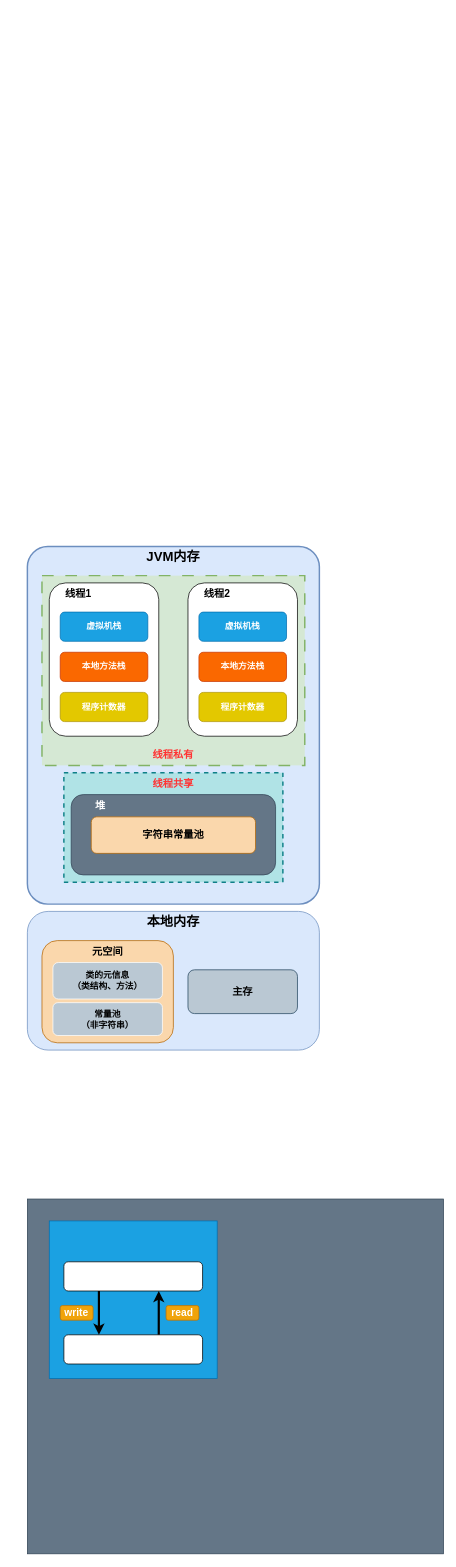
Before: JavaDiagrams/未命名绘图.drawio in M3Darren/Draw.io, a draw.io diagram. Source tidied: cells renumbered, new cells numbered last; positions are measured from the earlier drawing's top-left corner, leaving out a move shared by most shapes. Both pictures are drawn from the tidied source at 73%, with x=0, y=0 at pixel (27, 546).
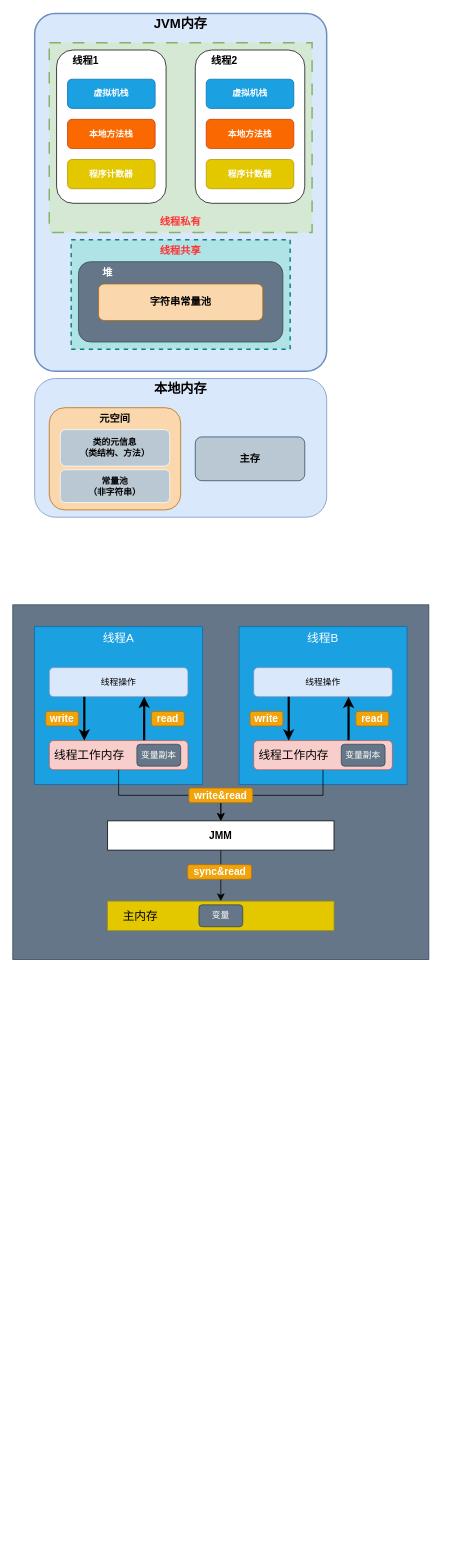
The same page after the edit.

What changed in the source:
```diff
@@
+    <mxCell id="40" style="group;" parent="1" vertex="1">
+      <mxGeometry x="10" y="-730" width="400" height="690" as="geometry" />
+    </mxCell>
-    <mxCell id="2" style="rounded=1;whiteSpace=wrap;html=1;fillColor=#dae8fc;strokeColor=#6c8ebf;" parent="1" vertex="1">
+    <mxCell id="2" style="rounded=1;whiteSpace=wrap;html=1;fillColor=#dae8fc;strokeColor=#6c8ebf;" parent="40" vertex="1">
       <mxGeometry y="500" width="400" height="190" as="geometry" />
     </mxCell>
-    <mxCell id="3" style="rounded=1;whiteSpace=wrap;html=1;fillColor=#dae8fc;strokeColor=#6c8ebf;imageWidth=24;arcSize=7;textShadow=0;strokeWidth=2;" parent="1" vertex="1">
+    <mxCell id="3" style="rounded=1;whiteSpace=wrap;html=1;fillColor=#dae8fc;strokeColor=#6c8ebf;imageWidth=24;arcSize=7;textShadow=0;strokeWidth=2;" parent="40" vertex="1">
       <mxGeometry width="400" height="490" as="geometry" />
     </mxCell>
-    <mxCell id="4" value="&lt;b&gt;&lt;font style=&quot;font-size: 18px;&quot;&gt;JVM内存&lt;/font&gt;&lt;/b&gt;" style="text;html=1;align=center;verticalAlign=middle;whiteSpace=wrap;rounded=0;" parent="1" vertex="1">
+    <mxCell id="4" value="&lt;b&gt;&lt;font style=&quot;font-size: 18px;&quot;&gt;JVM内存&lt;/font&gt;&lt;/b&gt;" style="text;html=1;align=center;verticalAlign=middle;whiteSpace=wrap;rounded=0;" parent="40" vertex="1">
       <mxGeometry x="160" width="80" height="30" as="geometry" />
     </mxCell>
-    <mxCell id="5" style="rounded=0;whiteSpace=wrap;html=1;fillColor=#d5e8d4;strokeColor=#82b366;strokeWidth=2;dashed=1;dashPattern=8 8;" parent="1" vertex="1">
+    <mxCell id="5" style="rounded=0;whiteSpace=wrap;html=1;fillColor=#d5e8d4;strokeColor=#82b366;strokeWidth=2;dashed=1;dashPattern=8 8;" parent="40" vertex="1">
       <mxGeometry x="20" y="40" width="360" height="260" as="geometry" />
     </mxCell>
-    <mxCell id="6" style="rounded=1;whiteSpace=wrap;html=1;" parent="1" vertex="1">
+    <mxCell id="6" style="rounded=1;whiteSpace=wrap;html=1;" parent="40" vertex="1">
       <mxGeometry x="30" y="50" width="150" height="210" as="geometry" />
     </mxCell>
-    <mxCell id="7" value="&lt;span style=&quot;font-size: 14px;&quot;&gt;&lt;b&gt;线程1&lt;/b&gt;&lt;/span&gt;" style="text;html=1;align=center;verticalAlign=middle;whiteSpace=wrap;rounded=0;" parent="1" vertex="1">
+    <mxCell id="7" value="&lt;span style=&quot;font-size: 14px;&quot;&gt;&lt;b&gt;线程1&lt;/b&gt;&lt;/span&gt;" style="text;html=1;align=center;verticalAlign=middle;whiteSpace=wrap;rounded=0;" parent="40" vertex="1">
       <mxGeometry x="30" y="50" width="80" height="30" as="geometry" />
     </mxCell>
-    <mxCell id="8" value="&lt;b&gt;&lt;font&gt;虚拟机栈&lt;/font&gt;&lt;/b&gt;" style="rounded=1;whiteSpace=wrap;html=1;fillColor=#1ba1e2;fontColor=#FFFFFF;strokeColor=#006EAF;" parent="1" vertex="1">
+    <mxCell id="8" value="&lt;b&gt;&lt;font&gt;虚拟机栈&lt;/font&gt;&lt;/b&gt;" style="rounded=1;whiteSpace=wrap;html=1;fillColor=#1ba1e2;fontColor=#FFFFFF;strokeColor=#006EAF;" parent="40" vertex="1">
       <mxGeometry x="45" y="90" width="120" height="40" as="geometry" />
     </mxCell>
-    <mxCell id="9" value="&lt;b&gt;本地方法栈&lt;/b&gt;" style="rounded=1;whiteSpace=wrap;html=1;fillColor=#fa6800;fontColor=#FFFFFF;strokeColor=#C73500;" parent="1" vertex="1">
+    <mxCell id="9" value="&lt;b&gt;本地方法栈&lt;/b&gt;" style="rounded=1;whiteSpace=wrap;html=1;fillColor=#fa6800;fontColor=#FFFFFF;strokeColor=#C73500;" parent="40" vertex="1">
       <mxGeometry x="45" y="145" width="120" height="40" as="geometry" />
     </mxCell>
-    <mxCell id="10" value="&lt;b&gt;程序计数器&lt;/b&gt;" style="rounded=1;whiteSpace=wrap;html=1;fillColor=#e3c800;fontColor=#FFFFFF;strokeColor=#B09500;" parent="1" vertex="1">
+    <mxCell id="10" value="&lt;b&gt;程序计数器&lt;/b&gt;" style="rounded=1;whiteSpace=wrap;html=1;fillColor=#e3c800;fontColor=#FFFFFF;strokeColor=#B09500;" parent="40" vertex="1">
       <mxGeometry x="45" y="200" width="120" height="40" as="geometry" />
     </mxCell>
-    <mxCell id="11" style="rounded=1;whiteSpace=wrap;html=1;" parent="1" vertex="1">
+    <mxCell id="11" style="rounded=1;whiteSpace=wrap;html=1;" parent="40" vertex="1">
       <mxGeometry x="220" y="50" width="150" height="210" as="geometry" />
     </mxCell>
-    <mxCell id="12" value="&lt;span style=&quot;font-size: 14px;&quot;&gt;&lt;b&gt;线程2&lt;/b&gt;&lt;/span&gt;" style="text;html=1;align=center;verticalAlign=middle;whiteSpace=wrap;rounded=0;" parent="1" vertex="1">
+    <mxCell id="12" value="&lt;span style=&quot;font-size: 14px;&quot;&gt;&lt;b&gt;线程2&lt;/b&gt;&lt;/span&gt;" style="text;html=1;align=center;verticalAlign=middle;whiteSpace=wrap;rounded=0;" parent="40" vertex="1">
       <mxGeometry x="220" y="50" width="80" height="30" as="geometry" />
     </mxCell>
-    <mxCell id="13" value="&lt;b&gt;虚拟机栈&lt;/b&gt;" style="rounded=1;whiteSpace=wrap;html=1;fillColor=#1ba1e2;fontColor=#FFFFFF;strokeColor=#006EAF;" parent="1" vertex="1">
+    <mxCell id="13" value="&lt;b&gt;虚拟机栈&lt;/b&gt;" style="rounded=1;whiteSpace=wrap;html=1;fillColor=#1ba1e2;fontColor=#FFFFFF;strokeColor=#006EAF;" parent="40" vertex="1">
       <mxGeometry x="235" y="90" width="120" height="40" as="geometry" />
     </mxCell>
-    <mxCell id="14" value="&lt;b&gt;本地方法栈&lt;/b&gt;" style="rounded=1;whiteSpace=wrap;html=1;fillColor=#fa6800;fontColor=#FFFFFF;strokeColor=#C73500;" parent="1" vertex="1">
+    <mxCell id="14" value="&lt;b&gt;本地方法栈&lt;/b&gt;" style="rounded=1;whiteSpace=wrap;html=1;fillColor=#fa6800;fontColor=#FFFFFF;strokeColor=#C73500;" parent="40" vertex="1">
       <mxGeometry x="235" y="145" width="120" height="40" as="geometry" />
     </mxCell>
-    <mxCell id="15" value="&lt;b&gt;程序计数器&lt;/b&gt;" style="rounded=1;whiteSpace=wrap;html=1;fillColor=#e3c800;fontColor=#FFFFFF;strokeColor=#B09500;" parent="1" vertex="1">
+    <mxCell id="15" value="&lt;b&gt;程序计数器&lt;/b&gt;" style="rounded=1;whiteSpace=wrap;html=1;fillColor=#e3c800;fontColor=#FFFFFF;strokeColor=#B09500;" parent="40" vertex="1">
       <mxGeometry x="235" y="200" width="120" height="40" as="geometry" />
     </mxCell>
-    <mxCell id="16" value="&lt;span style=&quot;font-size: 14px;&quot;&gt;&lt;b&gt;&lt;font color=&quot;#ff3333&quot;&gt;线程私有&lt;/font&gt;&lt;/b&gt;&lt;/span&gt;" style="text;html=1;align=center;verticalAlign=middle;whiteSpace=wrap;rounded=0;" parent="1" vertex="1">
+    <mxCell id="16" value="&lt;span style=&quot;font-size: 14px;&quot;&gt;&lt;b&gt;&lt;font color=&quot;#ff3333&quot;&gt;线程私有&lt;/font&gt;&lt;/b&gt;&lt;/span&gt;" style="text;html=1;align=center;verticalAlign=middle;whiteSpace=wrap;rounded=0;" parent="40" vertex="1">
       <mxGeometry x="160" y="270" width="80" height="30" as="geometry" />
     </mxCell>
-    <mxCell id="17" style="rounded=0;whiteSpace=wrap;html=1;fillColor=#b0e3e6;strokeColor=#0e8088;dashed=1;strokeWidth=2;" parent="1" vertex="1">
+    <mxCell id="17" style="rounded=0;whiteSpace=wrap;html=1;fillColor=#b0e3e6;strokeColor=#0e8088;dashed=1;strokeWidth=2;" parent="40" vertex="1">
       <mxGeometry x="50" y="310" width="300" height="150" as="geometry" />
     </mxCell>
-    <mxCell id="18" value="&lt;span style=&quot;font-size: 14px;&quot;&gt;&lt;b&gt;&lt;font color=&quot;#ff3333&quot;&gt;线程共享&lt;/font&gt;&lt;/b&gt;&lt;/span&gt;" style="text;html=1;align=center;verticalAlign=middle;whiteSpace=wrap;rounded=0;" parent="1" vertex="1">
+    <mxCell id="18" value="&lt;span style=&quot;font-size: 14px;&quot;&gt;&lt;b&gt;&lt;font color=&quot;#ff3333&quot;&gt;线程共享&lt;/font&gt;&lt;/b&gt;&lt;/span&gt;" style="text;html=1;align=center;verticalAlign=middle;whiteSpace=wrap;rounded=0;" parent="40" vertex="1">
       <mxGeometry x="160" y="310" width="80" height="30" as="geometry" />
     </mxCell>
-    <mxCell id="19" style="rounded=1;whiteSpace=wrap;html=1;fillColor=#fad7ac;strokeColor=#b46504;" parent="1" vertex="1">
+    <mxCell id="19" style="rounded=1;whiteSpace=wrap;html=1;fillColor=#fad7ac;strokeColor=#b46504;" parent="40" vertex="1">
       <mxGeometry x="35" y="551" width="150" height="120" as="geometry" />
     </mxCell>
-    <mxCell id="20" style="rounded=1;whiteSpace=wrap;html=1;fillColor=#bac8d3;strokeColor=#23445d;" parent="1" vertex="1">
+    <mxCell id="20" style="rounded=1;whiteSpace=wrap;html=1;fillColor=#bac8d3;strokeColor=#23445d;" parent="40" vertex="1">
       <mxGeometry x="220" y="580" width="150" height="60" as="geometry" />
     </mxCell>
-    <mxCell id="21" style="rounded=1;whiteSpace=wrap;html=1;fillColor=#fad7ac;strokeColor=#b46504;" parent="1" vertex="1">
+    <mxCell id="21" style="rounded=1;whiteSpace=wrap;html=1;fillColor=#fad7ac;strokeColor=#b46504;" parent="40" vertex="1">
       <mxGeometry x="20" y="540" width="180" height="140" as="geometry" />
     </mxCell>
-    <mxCell id="22" value="&lt;span style=&quot;font-size: 14px;&quot;&gt;&lt;b&gt;元空间&lt;/b&gt;&lt;/span&gt;" style="text;html=1;align=center;verticalAlign=middle;whiteSpace=wrap;rounded=0;" parent="1" vertex="1">
+    <mxCell id="22" value="&lt;span style=&quot;font-size: 14px;&quot;&gt;&lt;b&gt;元空间&lt;/b&gt;&lt;/span&gt;" style="text;html=1;align=center;verticalAlign=middle;whiteSpace=wrap;rounded=0;" parent="40" vertex="1">
       <mxGeometry x="70" y="540" width="80" height="30" as="geometry" />
     </mxCell>
-    <mxCell id="23" value="&lt;span style=&quot;font-size: 14px;&quot;&gt;&lt;b&gt;主存&lt;/b&gt;&lt;/span&gt;" style="text;html=1;align=center;verticalAlign=middle;whiteSpace=wrap;rounded=0;" parent="1" vertex="1">
+    <mxCell id="23" value="&lt;span style=&quot;font-size: 14px;&quot;&gt;&lt;b&gt;主存&lt;/b&gt;&lt;/span&gt;" style="text;html=1;align=center;verticalAlign=middle;whiteSpace=wrap;rounded=0;" parent="40" vertex="1">
       <mxGeometry x="255" y="595" width="80" height="30" as="geometry" />
     </mxCell>
-    <mxCell id="24" style="group;fillColor=none;strokeColor=none;" parent="1" vertex="1">
+    <mxCell id="24" style="group;fillColor=none;strokeColor=none;" parent="40" vertex="1">
       <mxGeometry x="60" y="340" width="280" height="111" as="geometry" />
     </mxCell>
@@
-    <mxCell id="29" value="&lt;b&gt;&lt;font style=&quot;font-size: 18px;&quot;&gt;本地内存&lt;/font&gt;&lt;/b&gt;" style="text;html=1;align=center;verticalAlign=middle;whiteSpace=wrap;rounded=0;" parent="1" vertex="1">
+    <mxCell id="29" value="&lt;b&gt;&lt;font style=&quot;font-size: 18px;&quot;&gt;本地内存&lt;/font&gt;&lt;/b&gt;" style="text;html=1;align=center;verticalAlign=middle;whiteSpace=wrap;rounded=0;" parent="40" vertex="1">
       <mxGeometry x="160" y="500" width="80" height="30" as="geometry" />
     </mxCell>
-    <mxCell id="30" value="常量池&lt;div&gt;（非字符串）&lt;/div&gt;" style="rounded=1;whiteSpace=wrap;html=1;fillColor=#bac8d3;strokeColor=#FFFFFF;fontStyle=1;" parent="1" vertex="1">
+    <mxCell id="30" value="常量池&lt;div&gt;（非字符串）&lt;/div&gt;" style="rounded=1;whiteSpace=wrap;html=1;fillColor=#bac8d3;strokeColor=#FFFFFF;fontStyle=1;" parent="40" vertex="1">
       <mxGeometry x="35" y="625" width="150" height="45" as="geometry" />
     </mxCell>
-    <mxCell id="31" value="类的元信息&lt;div&gt;（类结构、方法）&lt;/div&gt;" style="rounded=1;whiteSpace=wrap;html=1;fillColor=#bac8d3;strokeColor=#FFFFFF;fontStyle=1;" parent="1" vertex="1">
+    <mxCell id="31" value="类的元信息&lt;div&gt;（类结构、方法）&lt;/div&gt;" style="rounded=1;whiteSpace=wrap;html=1;fillColor=#bac8d3;strokeColor=#FFFFFF;fontStyle=1;" parent="40" vertex="1">
       <mxGeometry x="35" y="570" width="150" height="50" as="geometry" />
     </mxCell>
+    <mxCell id="41" style="group;" parent="1" vertex="1">
+      <mxGeometry x="-20" y="80" width="570" height="486" as="geometry" />
+    </mxCell>
-    <mxCell id="32" style="rounded=0;whiteSpace=wrap;html=1;fillColor=#647687;strokeColor=#314354;fontColor=#ffffff;" parent="1" vertex="1">
-      <mxGeometry y="894" width="570" height="486" as="geometry" />
+    <mxCell id="32" style="rounded=0;whiteSpace=wrap;html=1;fillColor=#647687;strokeColor=#314354;fontColor=#ffffff;" parent="41" vertex="1">
+      <mxGeometry width="570" height="486" as="geometry" />
     </mxCell>
-    <mxCell id="33" style="rounded=0;whiteSpace=wrap;html=1;fillColor=#1ba1e2;fontColor=#ffffff;strokeColor=#006EAF;" parent="1" vertex="1">
-      <mxGeometry x="30" y="924" width="230" height="216" as="geometry" />
+    <mxCell id="33" style="rounded=0;whiteSpace=wrap;html=1;fillColor=#1ba1e2;fontColor=#ffffff;strokeColor=#006EAF;" parent="41" vertex="1">
+      <mxGeometry x="30" y="30" width="230" height="216" as="geometry" />
     </mxCell>
-    <mxCell id="34" style="rounded=1;whiteSpace=wrap;html=1;" parent="1" vertex="1">
-      <mxGeometry x="50" y="980" width="190" height="40" as="geometry" />
+    <mxCell id="34" value="线程操作" style="rounded=1;whiteSpace=wrap;html=1;fillColor=#dae8fc;strokeColor=#6c8ebf;" parent="41" vertex="1">
+      <mxGeometry x="50" y="86" width="190" height="40" as="geometry" />
     </mxCell>
-    <mxCell id="35" style="edgeStyle=orthogonalEdgeStyle;rounded=0;jettySize=auto;html=1;exitX=0.684;exitY=0.1;exitDx=0;exitDy=0;exitPerimeter=0;strokeWidth=3;" parent="1" edge="1" source="36" target="34">
+    <mxCell id="35" style="edgeStyle=orthogonalEdgeStyle;rounded=0;jettySize=auto;html=1;exitX=0.684;exitY=0.1;exitDx=0;exitDy=0;exitPerimeter=0;strokeWidth=3;" parent="41" edge="1" source="36" target="34">
       <mxGeometry relative="1" as="geometry">
         <Array as="points">
-          <mxPoint x="180" y="1030" />
-          <mxPoint x="180" y="1030" />
+          <mxPoint x="180" y="136" />
+          <mxPoint x="180" y="136" />
         </Array>
       </mxGeometry>
     </mxCell>
-    <mxCell id="36" style="rounded=1;whiteSpace=wrap;html=1;" parent="1" vertex="1">
-      <mxGeometry x="50" y="1080" width="190" height="40" as="geometry" />
+    <mxCell id="36" style="rounded=1;whiteSpace=wrap;html=1;fillColor=#f8cecc;strokeColor=#b85450;" parent="41" vertex="1">
+      <mxGeometry x="50" y="186" width="190" height="40" as="geometry" />
     </mxCell>
-    <mxCell id="37" style="edgeStyle=orthogonalEdgeStyle;rounded=0;jettySize=auto;html=1;exitX=0.25;exitY=1;exitDx=0;exitDy=0;strokeWidth=3;" parent="1" edge="1" source="34">
+    <mxCell id="37" style="edgeStyle=orthogonalEdgeStyle;rounded=0;jettySize=auto;html=1;exitX=0.25;exitY=1;exitDx=0;exitDy=0;strokeWidth=3;" parent="41" edge="1" source="34">
       <mxGeometry relative="1" as="geometry">
-        <mxPoint x="98" y="1080" as="targetPoint" />
+        <mxPoint x="98" y="186" as="targetPoint" />
         <Array as="points">
-          <mxPoint x="98" y="1080" />
+          <mxPoint x="98" y="186" />
         </Array>
       </mxGeometry>
     </mxCell>
-    <mxCell id="38" value="&lt;font size=&quot;1&quot; color=&quot;#ffffff&quot;&gt;&lt;b style=&quot;font-size: 14px;&quot;&gt;write&lt;/b&gt;&lt;/font&gt;" style="rounded=1;whiteSpace=wrap;html=1;fillColor=#f0a30a;fontColor=#000000;strokeColor=#BD7000;" parent="1" vertex="1">
-      <mxGeometry x="45" y="1040" width="45" height="20" as="geometry" />
+    <mxCell id="38" value="&lt;font size=&quot;1&quot; color=&quot;#ffffff&quot;&gt;&lt;b style=&quot;font-size: 14px;&quot;&gt;write&lt;/b&gt;&lt;/font&gt;" style="rounded=1;whiteSpace=wrap;html=1;fillColor=#f0a30a;fontColor=#000000;strokeColor=#BD7000;" parent="41" vertex="1">
+      <mxGeometry x="45" y="146" width="45" height="20" as="geometry" />
     </mxCell>
-    <mxCell id="39" value="&lt;font size=&quot;1&quot; color=&quot;#ffffff&quot;&gt;&lt;b style=&quot;font-size: 14px;&quot;&gt;read&lt;/b&gt;&lt;/font&gt;" style="rounded=1;whiteSpace=wrap;html=1;fillColor=#f0a30a;fontColor=#000000;strokeColor=#BD7000;" parent="1" vertex="1">
-      <mxGeometry x="190" y="1040" width="45" height="20" as="geometry" />
+    <mxCell id="39" value="&lt;font size=&quot;1&quot; color=&quot;#ffffff&quot;&gt;&lt;b style=&quot;font-size: 14px;&quot;&gt;read&lt;/b&gt;&lt;/font&gt;" style="rounded=1;whiteSpace=wrap;html=1;fillColor=#f0a30a;fontColor=#000000;strokeColor=#BD7000;" parent="41" vertex="1">
+      <mxGeometry x="190" y="146" width="45" height="20" as="geometry" />
     </mxCell>
+    <mxCell id="42" value="&lt;font color=&quot;#ffffff&quot;&gt;线程A&lt;/font&gt;" style="text;html=1;align=center;verticalAlign=middle;whiteSpace=wrap;rounded=0;fontSize=16;" parent="41" vertex="1">
+      <mxGeometry x="115" y="30" width="60" height="30" as="geometry" />
+    </mxCell>
+    <mxCell id="43" value="线程工作内存" style="text;html=1;align=center;verticalAlign=middle;whiteSpace=wrap;rounded=0;fontSize=16;" parent="41" vertex="1">
+      <mxGeometry x="40" y="191" width="130" height="30" as="geometry" />
+    </mxCell>
+    <mxCell id="44" value="变量副本" style="rounded=1;whiteSpace=wrap;html=1;fillColor=#647687;fontColor=#ffffff;strokeColor=#314354;" parent="41" vertex="1">
+      <mxGeometry x="170" y="191" width="60" height="30" as="geometry" />
+    </mxCell>
+    <mxCell id="45" style="rounded=0;whiteSpace=wrap;html=1;fillColor=#1ba1e2;fontColor=#ffffff;strokeColor=#006EAF;" parent="41" vertex="1">
+      <mxGeometry x="310" y="30" width="230" height="216" as="geometry" />
+    </mxCell>
+    <mxCell id="46" value="线程操作" style="rounded=1;whiteSpace=wrap;html=1;fillColor=#dae8fc;strokeColor=#6c8ebf;" parent="41" vertex="1">
+      <mxGeometry x="330" y="86" width="190" height="40" as="geometry" />
+    </mxCell>
+    <mxCell id="47" style="edgeStyle=orthogonalEdgeStyle;rounded=0;jettySize=auto;html=1;exitX=0.684;exitY=0.1;exitDx=0;exitDy=0;exitPerimeter=0;strokeWidth=3;" parent="41" edge="1" source="48" target="46">
+      <mxGeometry relative="1" as="geometry">
+        <Array as="points">
+          <mxPoint x="460" y="136" />
+          <mxPoint x="460" y="136" />
+        </Array>
+      </mxGeometry>
+    </mxCell>
+    <mxCell id="48" style="rounded=1;whiteSpace=wrap;html=1;fillColor=#f8cecc;strokeColor=#b85450;" parent="41" vertex="1">
+      <mxGeometry x="330" y="186" width="190" height="40" as="geometry" />
+    </mxCell>
+    <mxCell id="49" style="edgeStyle=orthogonalEdgeStyle;rounded=0;jettySize=auto;html=1;exitX=0.25;exitY=1;exitDx=0;exitDy=0;strokeWidth=3;" parent="41" edge="1" source="46">
+      <mxGeometry relative="1" as="geometry">
+        <mxPoint x="378" y="186" as="targetPoint" />
+        <Array as="points">
+          <mxPoint x="378" y="186" />
+        </Array>
+      </mxGeometry>
+    </mxCell>
+    <mxCell id="50" value="&lt;font size=&quot;1&quot; color=&quot;#ffffff&quot;&gt;&lt;b style=&quot;font-size: 14px;&quot;&gt;write&lt;/b&gt;&lt;/font&gt;" style="rounded=1;whiteSpace=wrap;html=1;fillColor=#f0a30a;fontColor=#000000;strokeColor=#BD7000;" parent="41" vertex="1">
+      <mxGeometry x="325" y="146" width="45" height="20" as="geometry" />
+    </mxCell>
+    <mxCell id="51" value="&lt;font size=&quot;1&quot; color=&quot;#ffffff&quot;&gt;&lt;b style=&quot;font-size: 14px;&quot;&gt;read&lt;/b&gt;&lt;/font&gt;" style="rounded=1;whiteSpace=wrap;html=1;fillColor=#f0a30a;fontColor=#000000;strokeColor=#BD7000;" parent="41" vertex="1">
+      <mxGeometry x="470" y="146" width="45" height="20" as="geometry" />
+    </mxCell>
+    <mxCell id="52" value="&lt;font color=&quot;#ffffff&quot;&gt;线程B&lt;/font&gt;" style="text;html=1;align=center;verticalAlign=middle;whiteSpace=wrap;rounded=0;fontSize=16;" parent="41" vertex="1">
+      <mxGeometry x="395" y="30" width="60" height="30" as="geometry" />
+    </mxCell>
+    <mxCell id="53" value="线程工作内存" style="text;html=1;align=center;verticalAlign=middle;whiteSpace=wrap;rounded=0;fontSize=16;" parent="41" vertex="1">
+      <mxGeometry x="320" y="191" width="130" height="30" as="geometry" />
+    </mxCell>
+    <mxCell id="54" value="变量副本" style="rounded=1;whiteSpace=wrap;html=1;fillColor=#647687;fontColor=#ffffff;strokeColor=#314354;" parent="41" vertex="1">
+      <mxGeometry x="450" y="191" width="60" height="30" as="geometry" />
+    </mxCell>
+    <mxCell id="55" style="edgeStyle=none;curved=1;rounded=0;jettySize=auto;html=1;entryX=0.5;entryY=0;entryDx=0;entryDy=0;fontSize=12;startSize=8;endSize=8;" parent="41" edge="1" source="56" target="57">
+      <mxGeometry relative="1" as="geometry" />
+    </mxCell>
+    <mxCell id="56" value="&lt;b&gt;&lt;font style=&quot;font-size: 14px;&quot;&gt;JMM&lt;/font&gt;&lt;/b&gt;" style="rounded=0;whiteSpace=wrap;html=1;" parent="41" vertex="1">
+      <mxGeometry x="130" y="296" width="310" height="40" as="geometry" />
+    </mxCell>
+    <mxCell id="57" style="rounded=0;whiteSpace=wrap;html=1;fillColor=#e3c800;fontColor=#000000;strokeColor=#B09500;" parent="41" vertex="1">
+      <mxGeometry x="130" y="406" width="310" height="40" as="geometry" />
+    </mxCell>
+    <mxCell id="58" style="endArrow=classic;html=1;rounded=0;fontSize=12;startSize=8;endSize=8;edgeStyle=orthogonalEdgeStyle;exitX=0.5;exitY=1;exitDx=0;exitDy=0;entryX=0.5;entryY=0;entryDx=0;entryDy=0;" parent="41" edge="1" source="36" target="56">
+      <mxGeometry relative="1" as="geometry" />
+    </mxCell>
+    <mxCell id="59" style="endArrow=classic;html=1;rounded=0;fontSize=12;startSize=8;endSize=8;entryX=0.5;entryY=0;entryDx=0;entryDy=0;edgeStyle=orthogonalEdgeStyle;exitX=0.5;exitY=1;exitDx=0;exitDy=0;" parent="41" edge="1" source="48" target="56">
+      <mxGeometry relative="1" as="geometry" />
+    </mxCell>
+    <mxCell id="60" value="主内存" style="text;html=1;align=center;verticalAlign=middle;whiteSpace=wrap;rounded=0;fontSize=16;" parent="41" vertex="1">
+      <mxGeometry x="130" y="411" width="90" height="30" as="geometry" />
+    </mxCell>
+    <mxCell id="61" value="变量" style="rounded=1;whiteSpace=wrap;html=1;fillColor=#647687;strokeColor=#314354;fontColor=#ffffff;" parent="41" vertex="1">
+      <mxGeometry x="255" y="411" width="60" height="30" as="geometry" />
+    </mxCell>
+    <mxCell id="62" value="&lt;font size=&quot;1&quot; color=&quot;#ffffff&quot;&gt;&lt;b style=&quot;font-size: 14px;&quot;&gt;write&amp;amp;read&lt;/b&gt;&lt;/font&gt;" style="rounded=1;whiteSpace=wrap;html=1;fillColor=#f0a30a;fontColor=#000000;strokeColor=#BD7000;" parent="41" vertex="1">
+      <mxGeometry x="241.2" y="251" width="87.5" height="20" as="geometry" />
+    </mxCell>
+    <mxCell id="63" value="&lt;font size=&quot;1&quot; color=&quot;#ffffff&quot;&gt;&lt;b style=&quot;font-size: 14px;&quot;&gt;sync&amp;amp;read&lt;/b&gt;&lt;/font&gt;" style="rounded=1;whiteSpace=wrap;html=1;fillColor=#f0a30a;fontColor=#000000;strokeColor=#BD7000;" parent="41" vertex="1">
+      <mxGeometry x="239.5" y="356" width="87.5" height="20" as="geometry" />
+    </mxCell>
```
